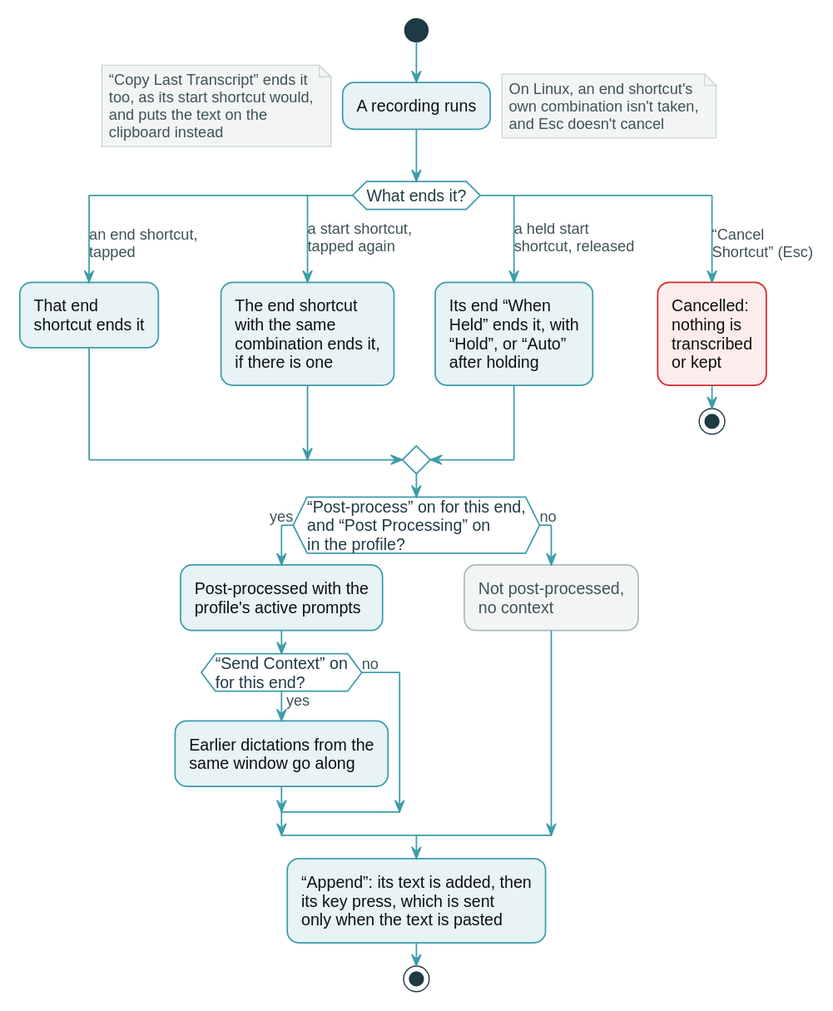
Above: docs/manual/public/diagrams/en/how-a-recording-ends.light.svg in yaccob/DanyWhere (PlantUML), before the change.
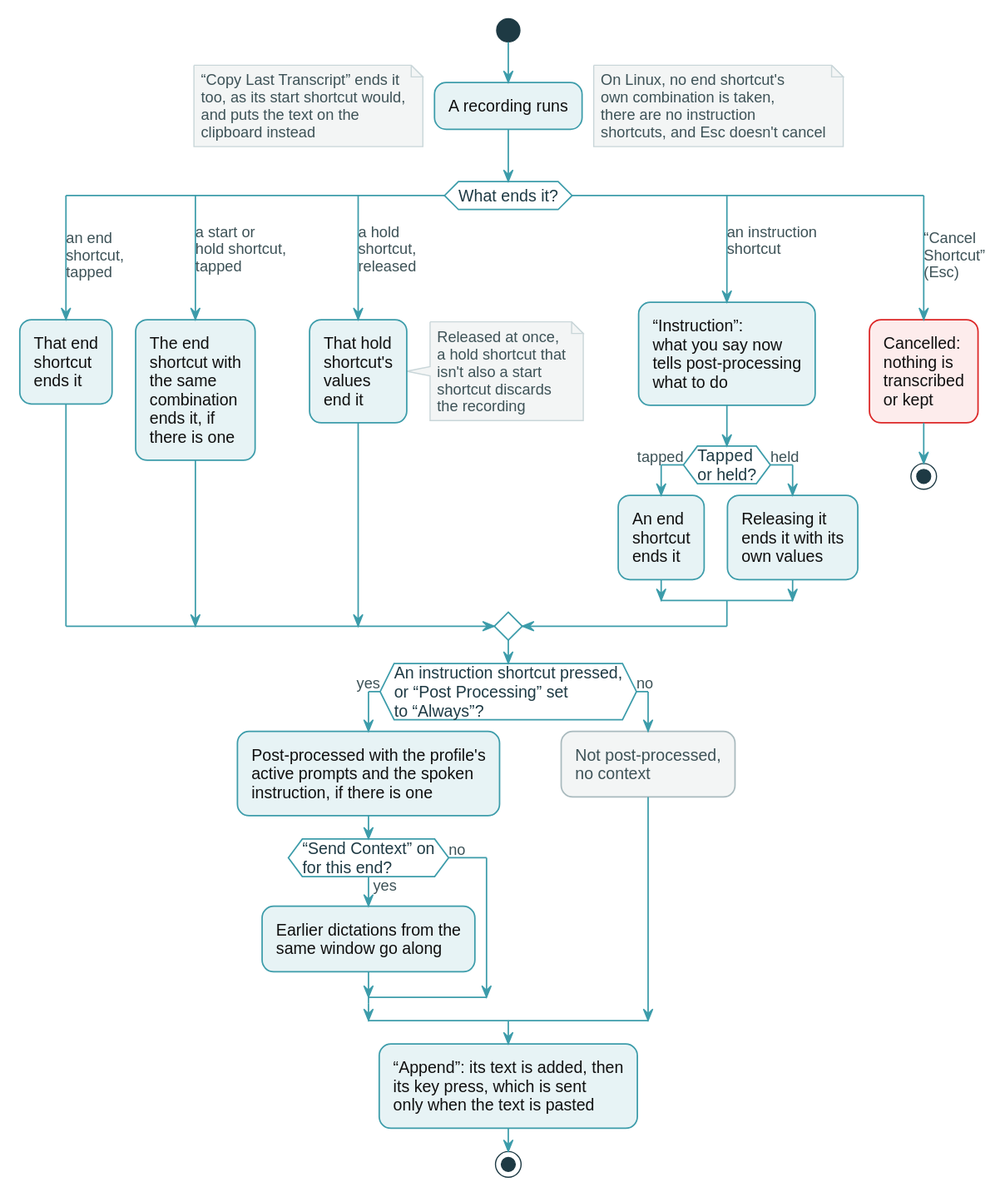
After the change.

Change to the diagram source:
```diff
@@ -3,18 +3,26 @@
 !$no = "no"
 !$runs = "A recording runs"
 !$noteCopy = "“Copy Last Transcript” ends it\ntoo, as its start shortcut would,\nand puts the text on the\nclipboard instead"
-!$noteLinux = "On Linux, an end shortcut's\nown combination isn't taken,\nand Esc doesn't cancel"
+!$noteLinux = "On Linux, no end shortcut's\nown combination is taken,\nthere are no instruction\nshortcuts, and Esc doesn't cancel"
 !$qWhat = "What ends it?"
-!$aEndKey = "an end shortcut,\ntapped"
-!$endKey = "That end\nshortcut ends it"
-!$aStartAgain = "a start shortcut,\ntapped again"
-!$startAgain = "The end shortcut\nwith the same\ncombination ends it,\nif there is one"
-!$aReleased = "a held start\nshortcut, released"
-!$held = "Its end “When\nHeld” ends it, with\n“Hold”, or “Auto”\nafter holding"
-!$aCancel = "“Cancel\nShortcut” (Esc)"
+!$aEndKey = "an end\nshortcut,\ntapped"
+!$endKey = "That end\nshortcut\nends it"
+!$aStartAgain = "a start or\nhold shortcut,\ntapped"
+!$startAgain = "The end\nshortcut with\nthe same\ncombination\nends it, if\nthere is one"
+!$aReleased = "a hold\nshortcut,\nreleased"
+!$held = "That hold\nshortcut's\nvalues\nend it"
+!$noteShort = "Released at once,\na hold shortcut that\nisn't also a start\nshortcut discards\nthe recording"
+!$aInstruction = "an instruction\nshortcut"
+!$instruction = "“Instruction”:\nwhat you say now\ntells post-processing\nwhat to do"
+!$qInstrHow = "Tapped\nor held?"
+!$aTapped = "tapped"
+!$aHeld = "held"
+!$instrTapped = "An end\nshortcut\nends it"
+!$instrHeld = "Releasing it\nends it with its\nown values"
+!$aCancel = "“Cancel\nShortcut”\n(Esc)"
 !$cancelled = "Cancelled:\nnothing is\ntranscribed\nor kept"
-!$qPost = "“Post-process” on for this end,\nand “Post Processing” on\nin the profile?"
-!$post = "Post-processed with the\nprofile's active prompts"
+!$qPost = "An instruction shortcut pressed,\nor “Post Processing” set\nto “Always”?"
+!$post = "Post-processed with the profile's\nactive prompts and the spoken\ninstruction, if there is one"
 !$qContext = "“Send Context” on\nfor this end?"
 !$context = "Earlier dictations from the\nsame window go along"
 !$notPost = "Not post-processed,\nno context"
```
